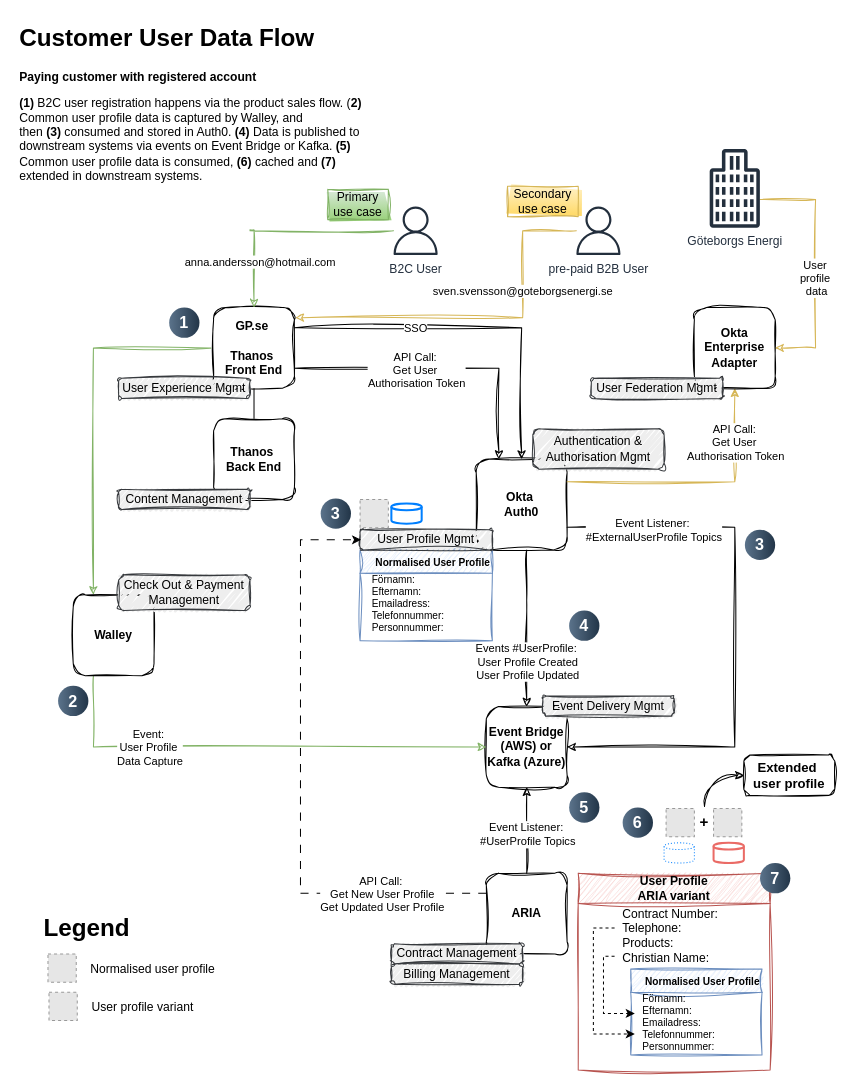
Above: page "Paying customers" (2 of 2) of Customer user data flow - to-be scenario.drawio in SLM-Development/diagrams (draw.io), before the change. Source tidied: cells renumbered, new cells numbered last; positions are measured from the earlier drawing's top-left corner, leaving out a move shared by most shapes. Both pictures are drawn from the tidied source at 101%, with x=0, y=0 at pixel (17, 17). Pictures stored in the file or linked from it are replaced by grey dashed boxes.
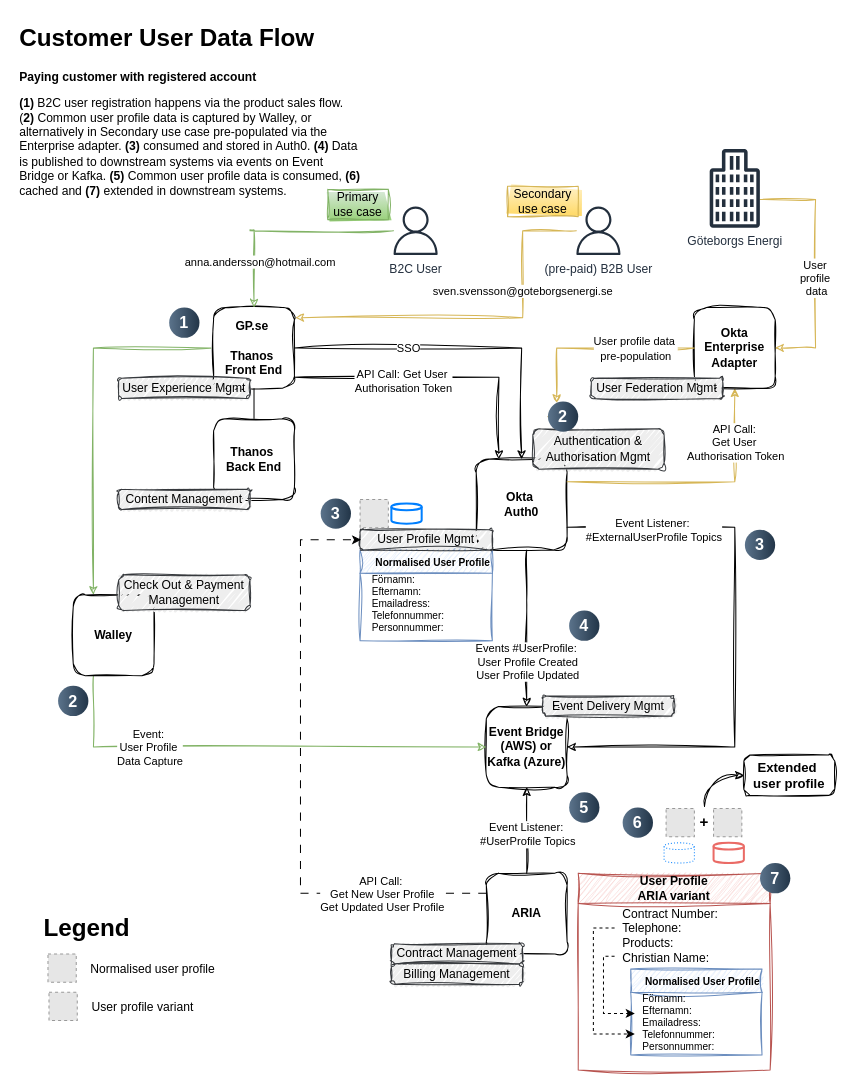
The same diagram, later.

The change refers to these unchanged cells:
```xml
<mxCell id="7" value="GP.se&amp;nbsp;&lt;div&gt;&lt;br&gt;&lt;div&gt;Thanos&amp;nbsp;&lt;br&gt;&lt;/div&gt;&lt;div&gt;&lt;div&gt;Front End&lt;/div&gt;&lt;/div&gt;&lt;/div&gt;" style="whiteSpace=wrap;html=1;strokeColor=#000000;fontStyle=1;sketch=1;curveFitting=1;jiggle=2;rounded=1;glass=0;align=center;" parent="1" vertex="1">
  <mxGeometry x="194" y="287" width="80" height="80" as="geometry" />
</mxCell>
<mxCell id="10" value="Okta&amp;nbsp;&lt;div&gt;Auth0&lt;/div&gt;" style="whiteSpace=wrap;html=1;strokeColor=#000000;fontStyle=1;sketch=1;curveFitting=1;jiggle=2;rounded=1;glass=0;" parent="1" vertex="1">
  <mxGeometry x="454" y="437" width="90" height="90" as="geometry" />
</mxCell>
<mxCell id="18" value="Okta Enterprise Adapter" style="whiteSpace=wrap;html=1;strokeColor=#000000;fontStyle=1;sketch=1;curveFitting=1;jiggle=2;rounded=1;glass=0;" parent="1" vertex="1">
  <mxGeometry x="670" y="287" width="80" height="80" as="geometry" />
</mxCell>
<mxCell id="21" value="Authentication &amp;amp; Authorisation Mgmt" style="rounded=1;whiteSpace=wrap;html=1;sketch=1;curveFitting=1;jiggle=2;fillStyle=auto;glass=0;fillWeight=3;disableMultiStroke=0;disableMultiStrokeFill=0;sketchStyle=rough;align=center;verticalAlign=middle;fontFamily=Helvetica;fontSize=12;gradientDirection=north;fillColor=#eeeeee;strokeColor=#36393d;" parent="1" vertex="1">
  <mxGeometry x="510" y="407" width="130" height="40" as="geometry" />
</mxCell>
```

Change to the diagram source:
```diff
@@
-    <mxCell id="2" style="edgeStyle=orthogonalEdgeStyle;rounded=0;jettySize=auto;html=1;exitX=1;exitY=0.25;exitDx=0;exitDy=0;entryX=0.5;entryY=0;entryDx=0;entryDy=0;strokeColor=#000000;sketch=1;curveFitting=1;jiggle=2;fillColor=#dae8fc;" parent="1" edge="1" source="7" target="10">
+    <mxCell id="2" style="edgeStyle=orthogonalEdgeStyle;rounded=0;jettySize=auto;html=1;exitX=1;exitY=0.5;exitDx=0;exitDy=0;entryX=0.5;entryY=0;entryDx=0;entryDy=0;strokeColor=#000000;sketch=1;curveFitting=1;jiggle=2;fillColor=#dae8fc;" parent="1" edge="1" source="7" target="10">
       <mxGeometry relative="1" as="geometry" />
     </mxCell>
@@
-    <mxCell id="5" style="edgeStyle=orthogonalEdgeStyle;rounded=0;jettySize=auto;html=1;exitX=1;exitY=0.75;exitDx=0;exitDy=0;entryX=0.25;entryY=0;entryDx=0;entryDy=0;sketch=1;curveFitting=1;jiggle=2;" parent="1" edge="1" source="7" target="10">
+    <mxCell id="5" style="edgeStyle=orthogonalEdgeStyle;rounded=0;jettySize=auto;html=1;exitX=1;exitY=0.863;exitDx=0;exitDy=0;entryX=0.25;entryY=0;entryDx=0;entryDy=0;sketch=1;curveFitting=1;jiggle=2;exitPerimeter=0;" parent="1" edge="1" source="7" target="10">
       <mxGeometry relative="1" as="geometry" />
     </mxCell>
-    <mxCell id="6" value="API Call:&amp;nbsp;&lt;div&gt;Get User&amp;nbsp;&lt;/div&gt;&lt;div&gt;Authorisation Token&lt;/div&gt;" style="edgeLabel;html=1;align=center;verticalAlign=middle;" parent="5" vertex="1">
-      <mxGeometry x="-0.18" y="-1" relative="1" as="geometry" />
+    <mxCell id="6" value="API Call: Get User&amp;nbsp;&lt;div&gt;Authorisation Token&lt;/div&gt;" style="edgeLabel;html=1;align=center;verticalAlign=middle;" parent="5" vertex="1">
+      <mxGeometry x="-0.18" y="-1" relative="1" as="geometry">
+        <mxPoint x="-9" y="2" as="offset" />
+      </mxGeometry>
     </mxCell>
@@
+    <mxCell id="79" style="edgeStyle=orthogonalEdgeStyle;rounded=0;jettySize=auto;html=1;exitX=0;exitY=0.5;exitDx=0;exitDy=0;entryX=0.25;entryY=0;entryDx=0;entryDy=0;sketch=1;jiggle=2;curveFitting=1;strokeColor=#d6b656;align=center;verticalAlign=middle;fontFamily=Helvetica;fontSize=11;fontColor=default;labelBackgroundColor=default;endArrow=classic;fillColor=#fff2cc;gradientColor=#ffd966;" parent="1" edge="1" source="82" target="21">
+      <mxGeometry relative="1" as="geometry" />
+    </mxCell>
@@
-    <mxCell id="42" value="pre-paid B2B User" style="sketch=0;outlineConnect=0;fontColor=#232F3E;gradientColor=none;fillColor=#232F3D;strokeColor=none;dashed=0;verticalLabelPosition=bottom;verticalAlign=top;align=center;html=1;fontSize=12;fontStyle=0;shape=mxgraph.aws4.user;" parent="1" vertex="1">
+    <mxCell id="42" value="(pre-paid) B2B User" style="sketch=0;outlineConnect=0;fontColor=#232F3E;gradientColor=none;fillColor=#232F3D;strokeColor=none;dashed=0;verticalLabelPosition=bottom;verticalAlign=top;align=center;html=1;fontSize=12;fontStyle=0;shape=mxgraph.aws4.user;" parent="1" vertex="1">
       <mxGeometry x="551" y="187" width="48" height="48" as="geometry" />
     </mxCell>
@@
-    <mxCell id="45" value="&lt;h1 style=&quot;margin-top: 0px;&quot;&gt;Customer User Data Flow&lt;/h1&gt;&lt;div&gt;&lt;b&gt;Paying customer with registered account&lt;/b&gt;&lt;/div&gt;&lt;p&gt;&lt;b&gt;(1) &lt;/b&gt;B2C user registration happens via the product sales flow. (&lt;b&gt;2)&lt;/b&gt; Common user profile data is captured by Walley, and then&amp;nbsp;&lt;b&gt;(3)&lt;/b&gt;&amp;nbsp;consumed and stored in Auth0. &lt;b&gt;(4)&lt;/b&gt; Data is published to downstream systems via events on Event Bridge or Kafka. &lt;b&gt;(5)&lt;/b&gt; Common user profile data is consumed, &lt;b&gt;(6)&lt;/b&gt; cached&amp;nbsp;and &lt;b&gt;(7) &lt;/b&gt;extended in downstream systems.&lt;/p&gt;" style="text;html=1;whiteSpace=wrap;overflow=hidden;rounded=0;" parent="1" vertex="1">
-      <mxGeometry width="350" height="170" as="geometry" />
+    <mxCell id="45" value="&lt;h1 style=&quot;margin-top: 0px;&quot;&gt;Customer User Data Flow&lt;/h1&gt;&lt;div&gt;&lt;b&gt;Paying customer with registered account&lt;/b&gt;&lt;/div&gt;&lt;p&gt;&lt;b&gt;(1) &lt;/b&gt;B2C user registration happens via the product sales flow. (&lt;b&gt;2)&lt;/b&gt; Common user profile data is captured by Walley, or alternatively in Secondary use case pre-populated via the Enterprise adapter.&amp;nbsp;&lt;b&gt;(3)&lt;/b&gt;&amp;nbsp;consumed and stored in Auth0. &lt;b&gt;(4)&lt;/b&gt; Data is published to downstream systems via events on Event Bridge or Kafka. &lt;b&gt;(5)&lt;/b&gt; Common user profile data is consumed, &lt;b&gt;(6)&lt;/b&gt; cached&amp;nbsp;and &lt;b&gt;(7) &lt;/b&gt;extended in downstream systems.&lt;/p&gt;" style="text;html=1;whiteSpace=wrap;overflow=hidden;rounded=0;" parent="1" vertex="1">
+      <mxGeometry width="340" height="180" as="geometry" />
     </mxCell>
@@
+    <mxCell id="80" style="edgeStyle=orthogonalEdgeStyle;rounded=0;jettySize=auto;html=1;exitX=0;exitY=0.5;exitDx=0;exitDy=0;entryX=0.25;entryY=0;entryDx=0;entryDy=0;sketch=1;jiggle=2;curveFitting=1;strokeColor=#d6b656;align=center;verticalAlign=middle;fontFamily=Helvetica;fontSize=11;fontColor=default;labelBackgroundColor=default;endArrow=classic;fillColor=#fff2cc;gradientColor=#ffd966;" parent="1" edge="1" source="18" target="82">
+      <mxGeometry relative="1" as="geometry" />
+    </mxCell>
+    <mxCell id="81" value="User profile data&amp;nbsp;&lt;div&gt;pre-population&lt;/div&gt;" style="edgeLabel;html=1;align=center;verticalAlign=middle;rounded=0;sketch=1;jiggle=2;curveFitting=1;strokeColor=#d6b656;fontFamily=Helvetica;fontSize=11;fontColor=default;labelBackgroundColor=default;fillColor=#fff2cc;gradientColor=#ffd966;" parent="80" vertex="1">
+      <mxGeometry x="-0.57" y="-4" relative="1" as="geometry">
+        <mxPoint x="-18" y="4" as="offset" />
+      </mxGeometry>
+    </mxCell>
+    <mxCell id="82" value="2" style="ellipse;whiteSpace=wrap;html=1;rotation=0;gradientColor=#223548;strokeColor=none;gradientDirection=east;fillColor=#5b738b;rounded=0;fontFamily=Helvetica;fontSize=16;fontColor=#FFFFFF;spacingTop=4;spacingBottom=4;spacingLeft=4;spacingRight=4;points=[];fontStyle=1;" parent="1" vertex="1">
+      <mxGeometry x="525" y="380" width="30" height="30" as="geometry" />
+    </mxCell>
```
